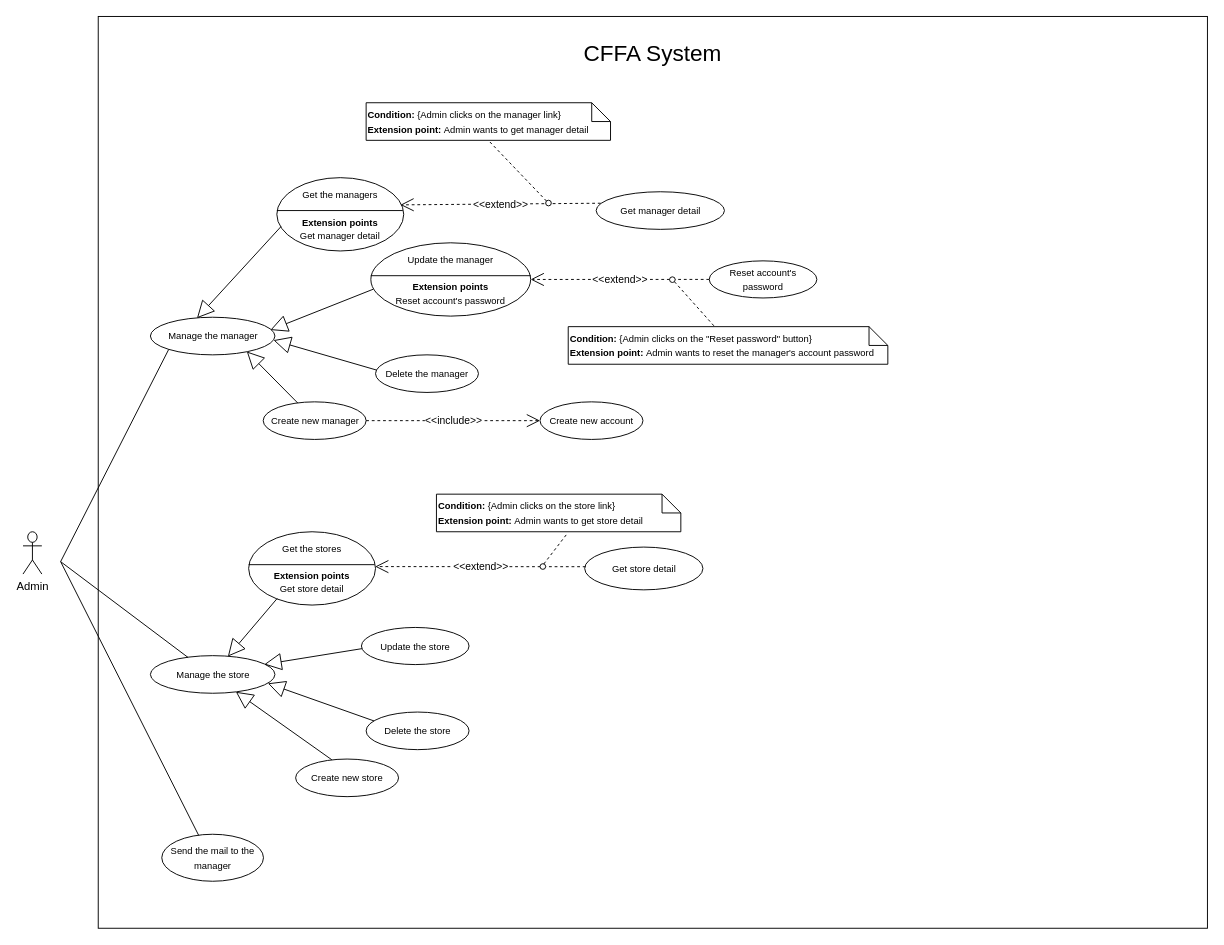
This is page "Overview" (1 of 14) of Users/HuuDN/UsecaseDiagram/Admin/Overview.drawio from luannmdev/CapstoneDocument, a draw.io file, before an edit. Source tidied: cells renumbered, new cells numbered last; positions are measured from the earlier drawing's top-left corner, leaving out a move shared by most shapes. Both pictures are drawn from the tidied source at 94%, with x=0, y=0 at pixel (23, 16).
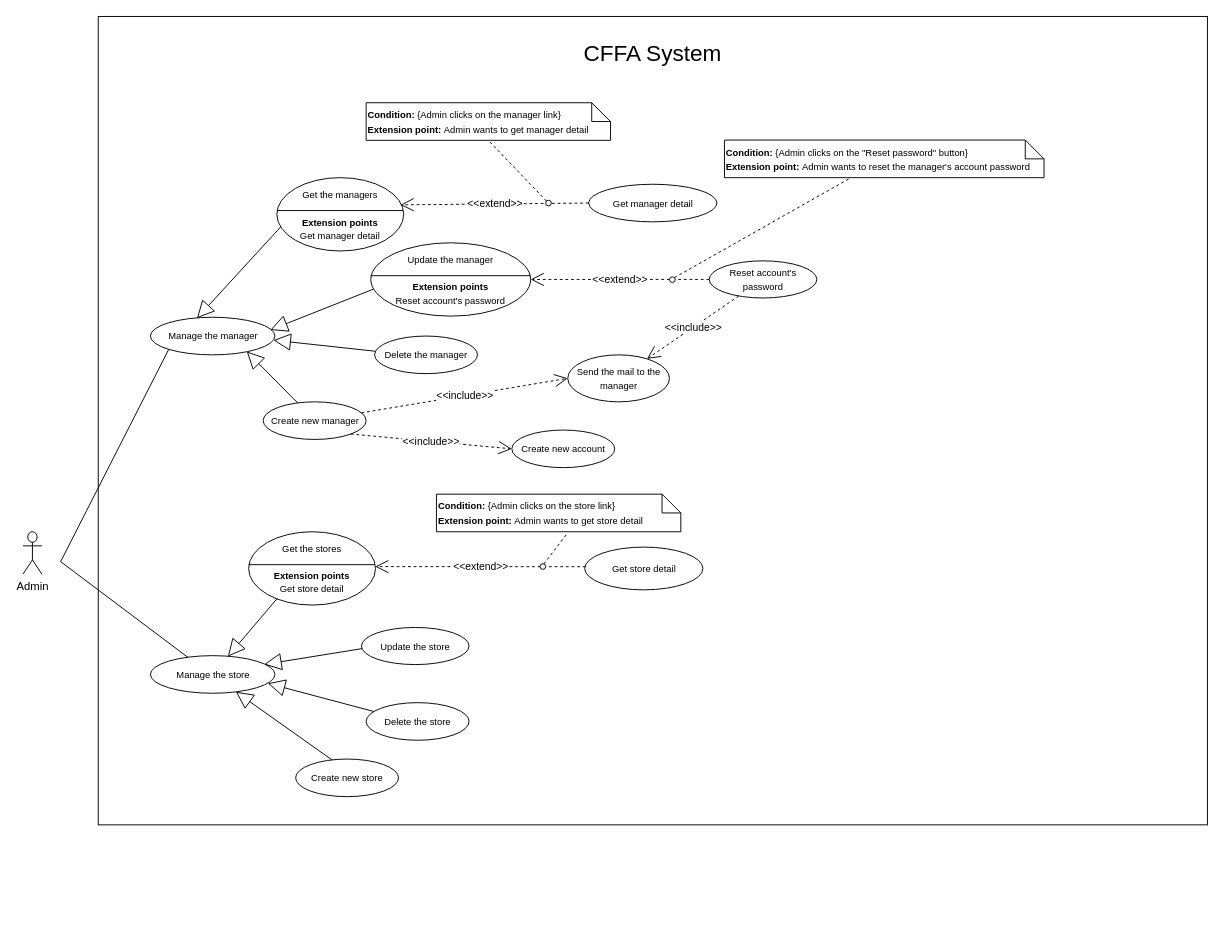
The same page after the edit.

Unchanged cells that the change refers to:
```xml
<mxCell id="5" value="&lt;font style=&quot;font-size: 10px&quot;&gt;Get the managers&lt;br&gt;&lt;br&gt;&lt;b&gt;Extension points&lt;/b&gt;&lt;br&gt;Get manager detail&lt;br&gt;&lt;/font&gt;" style="ellipse;whiteSpace=wrap;html=1;" parent="1" vertex="1">
  <mxGeometry x="270" y="171.5" width="135" height="78" as="geometry" />
</mxCell>
<mxCell id="14" value="&lt;span style=&quot;font-size: 10px&quot;&gt;Create new manager&lt;/span&gt;" style="ellipse;whiteSpace=wrap;html=1;fillColor=#ffffff;gradientColor=none;" parent="1" vertex="1">
  <mxGeometry x="255.5" y="410" width="109.5" height="40" as="geometry" />
</mxCell>
<mxCell id="36" value="&lt;span style=&quot;font-size: 10px&quot;&gt;Reset account's password&lt;/span&gt;" style="ellipse;whiteSpace=wrap;html=1;fillColor=#ffffff;gradientColor=none;" parent="1" vertex="1">
  <mxGeometry x="730" y="260" width="114.5" height="39.5" as="geometry" />
</mxCell>
<mxCell id="41" style="ellipse;whiteSpace=wrap;html=1;" parent="1" vertex="1">
  <mxGeometry x="687.8" y="277" width="6" height="6" as="geometry" />
</mxCell>
```

Change to the diagram source:
```diff
@@
     <mxCell id="2" style="rounded=0;whiteSpace=wrap;html=1;" parent="1" vertex="1">
-      <mxGeometry x="80" width="1180" height="970" as="geometry" />
+      <mxGeometry x="80" width="1180" height="860" as="geometry" />
     </mxCell>
@@
     <mxCell id="6" value="&lt;font style=&quot;font-size: 10px&quot;&gt;Get manager detail&lt;br&gt;&lt;/font&gt;" style="ellipse;whiteSpace=wrap;html=1;" parent="1" vertex="1">
-      <mxGeometry x="609.7" y="186.5" width="136.5" height="40" as="geometry" />
+      <mxGeometry x="601.7" y="178.5" width="136.5" height="40" as="geometry" />
     </mxCell>
-    <mxCell id="7" value="&amp;lt;&amp;lt;extend&amp;gt;&amp;gt;" style="endArrow=open;endSize=12;dashed=1;html=1;entryX=0.974;entryY=0.371;entryDx=0;entryDy=0;entryPerimeter=0;exitX=0.035;exitY=0.305;exitDx=0;exitDy=0;exitPerimeter=0;" parent="1" edge="1" source="6" target="5">
+    <mxCell id="7" value="&amp;lt;&amp;lt;extend&amp;gt;&amp;gt;" style="endArrow=open;endSize=12;dashed=1;html=1;entryX=0.974;entryY=0.371;entryDx=0;entryDy=0;entryPerimeter=0;exitX=0;exitY=0.5;exitDx=0;exitDy=0;" parent="1" edge="1" source="6" target="5">
       <mxGeometry relative="1" as="geometry" />
     </mxCell>
@@
     <mxCell id="13" value="&lt;span style=&quot;font-size: 10px&quot;&gt;Delete the manager&lt;/span&gt;" style="ellipse;whiteSpace=wrap;html=1;fillColor=#ffffff;gradientColor=none;" parent="1" vertex="1">
-      <mxGeometry x="375" y="360" width="109.5" height="40" as="geometry" />
+      <mxGeometry x="374" y="340" width="109.5" height="40" as="geometry" />
     </mxCell>
@@
     <mxCell id="26" value="&lt;span style=&quot;font-size: 10px&quot;&gt;Delete the store&lt;/span&gt;" style="ellipse;whiteSpace=wrap;html=1;fillColor=#ffffff;gradientColor=none;" parent="1" vertex="1">
-      <mxGeometry x="365" y="740" width="109.5" height="40" as="geometry" />
+      <mxGeometry x="365" y="730" width="109.5" height="40" as="geometry" />
     </mxCell>
@@
     <mxCell id="34" value="&lt;font style=&quot;font-size: 10px&quot;&gt;Send the mail to the manager&lt;/font&gt;" style="ellipse;whiteSpace=wrap;html=1;" parent="1" vertex="1">
-      <mxGeometry x="147.6" y="870" width="108.2" height="50" as="geometry" />
+      <mxGeometry x="579.5" y="360" width="108.2" height="50" as="geometry" />
     </mxCell>
     <mxCell id="35" value="&lt;span style=&quot;font-size: 10px&quot;&gt;Create new account&lt;/span&gt;" style="ellipse;whiteSpace=wrap;html=1;fillColor=#ffffff;gradientColor=none;" parent="1" vertex="1">
-      <mxGeometry x="550" y="410" width="109.5" height="40" as="geometry" />
+      <mxGeometry x="520" y="440" width="109.5" height="40" as="geometry" />
     </mxCell>
@@
-    <mxCell id="37" value="&amp;lt;&amp;lt;include&amp;gt;&amp;gt;" style="endArrow=open;endSize=12;dashed=1;html=1;entryX=0;entryY=0.5;entryDx=0;entryDy=0;exitX=1;exitY=0.5;exitDx=0;exitDy=0;" parent="1" edge="1" source="14" target="35">
+    <mxCell id="37" value="&amp;lt;&amp;lt;include&amp;gt;&amp;gt;" style="endArrow=open;endSize=12;dashed=1;html=1;entryX=0;entryY=0.5;entryDx=0;entryDy=0;exitX=1;exitY=1;exitDx=0;exitDy=0;" parent="1" edge="1" source="14" target="35">
       <mxGeometry relative="1" as="geometry" />
     </mxCell>
@@
     <mxCell id="39" value="&lt;div&gt;&lt;b style=&quot;font-size: 10px&quot;&gt;Condition: &lt;/b&gt;&lt;span style=&quot;font-size: 10px&quot;&gt;{Admin&amp;nbsp;clicks on the &quot;Reset password&quot;&lt;/span&gt;&lt;span style=&quot;font-size: 10px&quot;&gt;&amp;nbsp;button}&lt;/span&gt;&lt;/div&gt;&lt;font style=&quot;font-size: 10px&quot;&gt;&lt;b&gt;Extension point:&amp;nbsp;&lt;/b&gt;Admin&amp;nbsp;wants to reset the manager's account password&lt;/font&gt;" style="shape=note;size=20;whiteSpace=wrap;html=1;align=left;" parent="1" vertex="1">
-      <mxGeometry x="580" y="330" width="340" height="40" as="geometry" />
+      <mxGeometry x="746.2" y="131.5" width="340" height="40" as="geometry" />
     </mxCell>
-    <mxCell id="40" style="endArrow=none;dashed=1;html=1;entryX=0.46;entryY=0.018;entryDx=0;entryDy=0;entryPerimeter=0;exitX=1;exitY=1;exitDx=0;exitDy=0;" parent="1" edge="1" source="41" target="39">
+    <mxCell id="40" style="endArrow=none;dashed=1;html=1;exitX=1;exitY=0;exitDx=0;exitDy=0;" parent="1" edge="1" source="41" target="39">
       <mxGeometry relative="1" as="geometry" />
     </mxCell>
@@
-    <mxCell id="44" style="endArrow=none;html=1;exitX=0.363;exitY=0.024;exitDx=0;exitDy=0;exitPerimeter=0;" parent="1" edge="1" source="34">
-      <mxGeometry relative="1" as="geometry">
-        <mxPoint x="40" y="580" as="targetPoint" />
-      </mxGeometry>
-    </mxCell>
@@
+    <mxCell id="47" value="&amp;lt;&amp;lt;include&amp;gt;&amp;gt;" style="endArrow=open;endSize=12;dashed=1;html=1;" parent="1" edge="1" source="36" target="34">
+      <mxGeometry relative="1" as="geometry" />
+    </mxCell>
+    <mxCell id="48" value="&amp;lt;&amp;lt;include&amp;gt;&amp;gt;" style="endArrow=open;endSize=12;dashed=1;html=1;entryX=0;entryY=0.5;entryDx=0;entryDy=0;" parent="1" edge="1" source="14" target="34">
+      <mxGeometry relative="1" as="geometry" />
+    </mxCell>
```
